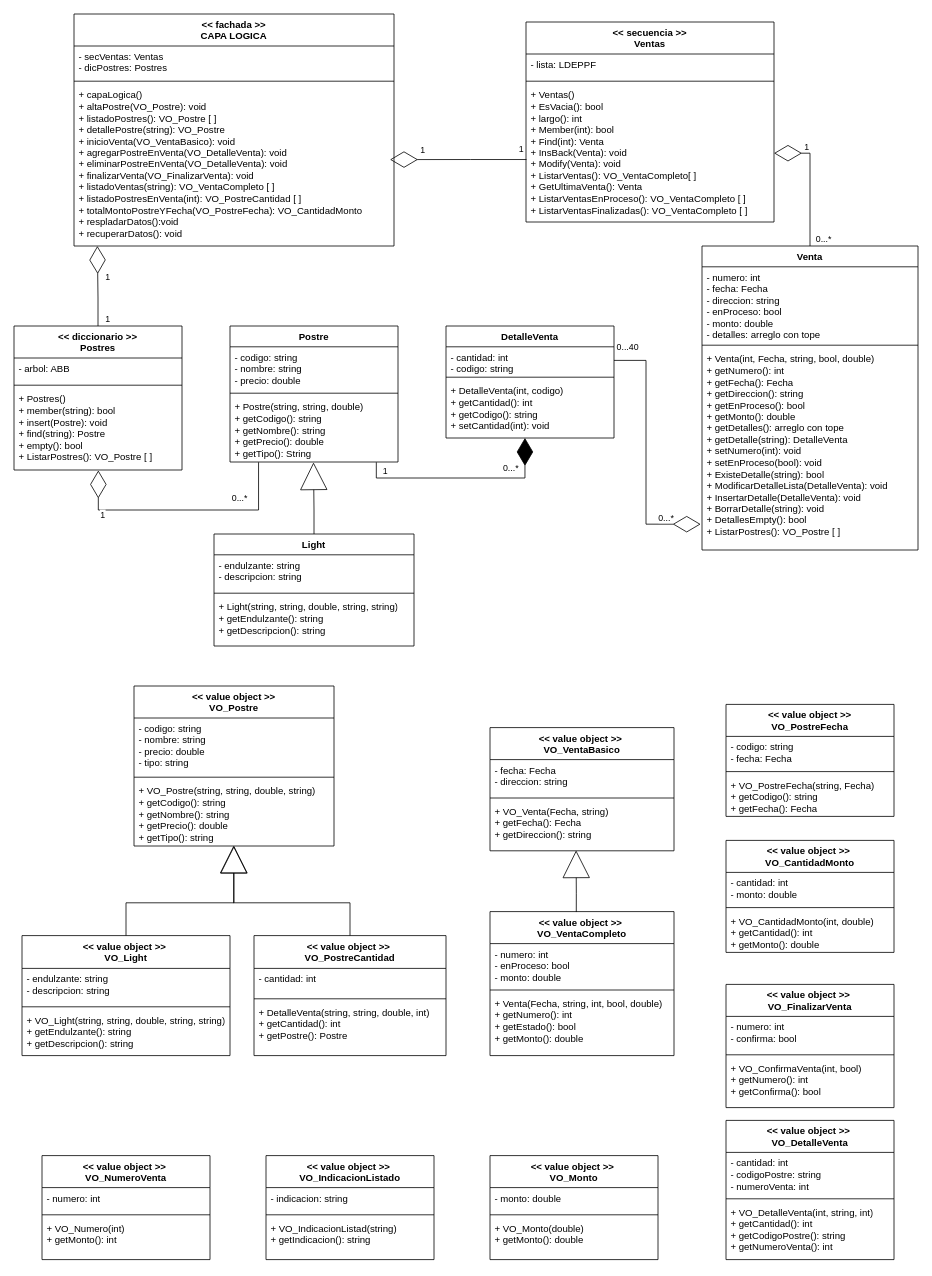
The draw.io diagram DOCS/Diagramas/Diagrama de clases de implementación.drawio in faussantos/UDE_TALLER_2_2026, before the edit. Source tidied: cells renumbered, new cells numbered last; positions are measured from the earlier drawing's top-left corner, leaving out a move shared by most shapes. Both pictures are drawn from the tidied source at 80%, with x=0, y=0 at pixel (14, 14).
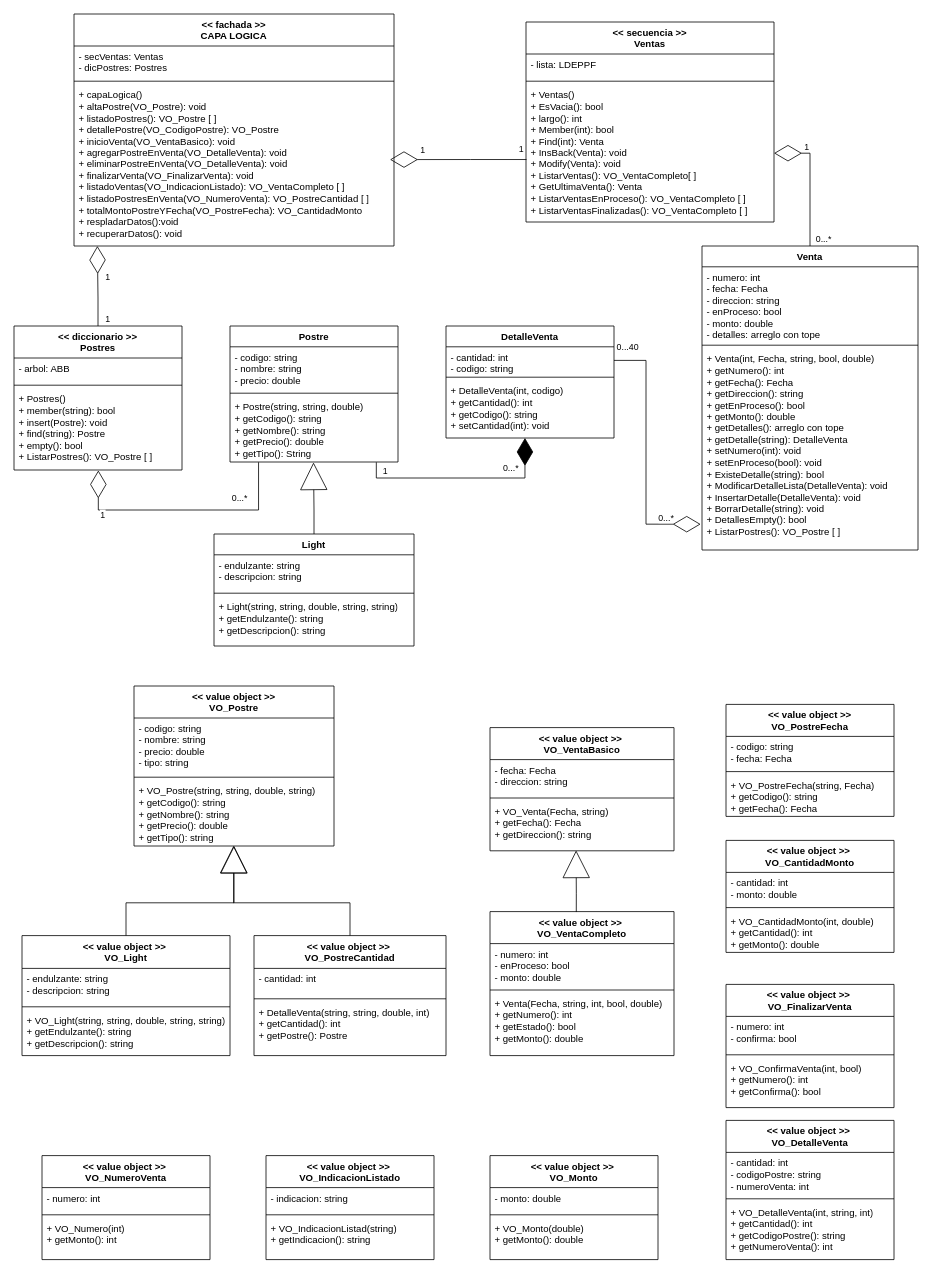
The same diagram, later.

The change refers to these unchanged cells:
```xml
<mxCell id="39" value="&lt;div&gt;&amp;lt;&amp;lt; fachada &amp;gt;&amp;gt;&lt;/div&gt;CAPA LOGICA" style="swimlane;fontStyle=1;align=center;verticalAlign=top;horizontal=1;startSize=40;whiteSpace=wrap;html=1;" parent="1" vertex="1">
  <mxGeometry x="75" width="400" height="290" as="geometry" />
</mxCell>
```

What changed in the source:
```diff
@@
-    <mxCell id="42" value="+ capaLogica()&lt;div&gt;+ altaPostre(VO_Postre): void&lt;br&gt;&lt;/div&gt;&lt;div&gt;+ listadoPostres(): VO_Postre [ ]&lt;/div&gt;&lt;div&gt;+ detallePostre(string): VO_Postre&lt;/div&gt;&lt;div&gt;+ inicioVenta(VO_VentaBasico): void&lt;/div&gt;&lt;div&gt;+ agregarPostreEnVenta(VO_DetalleVenta): void&lt;/div&gt;&lt;div&gt;+ eliminarPostreEnVenta(VO_DetalleVenta): void&lt;/div&gt;&lt;div&gt;+ finalizarVenta(VO_FinalizarVenta): void&lt;/div&gt;&lt;div&gt;+ listadoVentas(string): VO_VentaCompleto [ ]&lt;/div&gt;&lt;div&gt;+ listadoPostresEnVenta(int): VO_PostreCantidad [ ]&lt;/div&gt;&lt;div&gt;+ totalMontoPostreYFecha(VO_PostreFecha): VO_CantidadMonto&lt;/div&gt;&lt;div&gt;+ respladarDatos():void&lt;/div&gt;&lt;div&gt;+ recuperarDatos(): void&lt;/div&gt;" style="text;strokeColor=none;fillColor=none;align=left;verticalAlign=top;spacingLeft=4;spacingRight=4;overflow=hidden;points=[[0,0.5],[1,0.5]];portConstraint=eastwest;whiteSpace=wrap;html=1;" parent="39" vertex="1">
+    <mxCell id="42" value="+ capaLogica()&lt;div&gt;+ altaPostre(VO_Postre): void&lt;br&gt;&lt;/div&gt;&lt;div&gt;+ listadoPostres(): VO_Postre [ ]&lt;/div&gt;&lt;div&gt;+ detallePostre(VO_CodigoPostre): VO_Postre&lt;/div&gt;&lt;div&gt;+ inicioVenta(VO_VentaBasico): void&lt;/div&gt;&lt;div&gt;+ agregarPostreEnVenta(VO_DetalleVenta): void&lt;/div&gt;&lt;div&gt;+ eliminarPostreEnVenta(VO_DetalleVenta): void&lt;/div&gt;&lt;div&gt;+ finalizarVenta(VO_FinalizarVenta): void&lt;/div&gt;&lt;div&gt;+ listadoVentas(VO_IndicacionListado): VO_VentaCompleto [ ]&lt;/div&gt;&lt;div&gt;+ listadoPostresEnVenta(VO_NumeroVenta): VO_PostreCantidad [ ]&lt;/div&gt;&lt;div&gt;+ totalMontoPostreYFecha(VO_PostreFecha): VO_CantidadMonto&lt;/div&gt;&lt;div&gt;+ respladarDatos():void&lt;/div&gt;&lt;div&gt;+ recuperarDatos(): void&lt;/div&gt;" style="text;strokeColor=none;fillColor=none;align=left;verticalAlign=top;spacingLeft=4;spacingRight=4;overflow=hidden;points=[[0,0.5],[1,0.5]];portConstraint=eastwest;whiteSpace=wrap;html=1;" parent="39" vertex="1">
       <mxGeometry y="88" width="400" height="202" as="geometry" />
     </mxCell>
```
